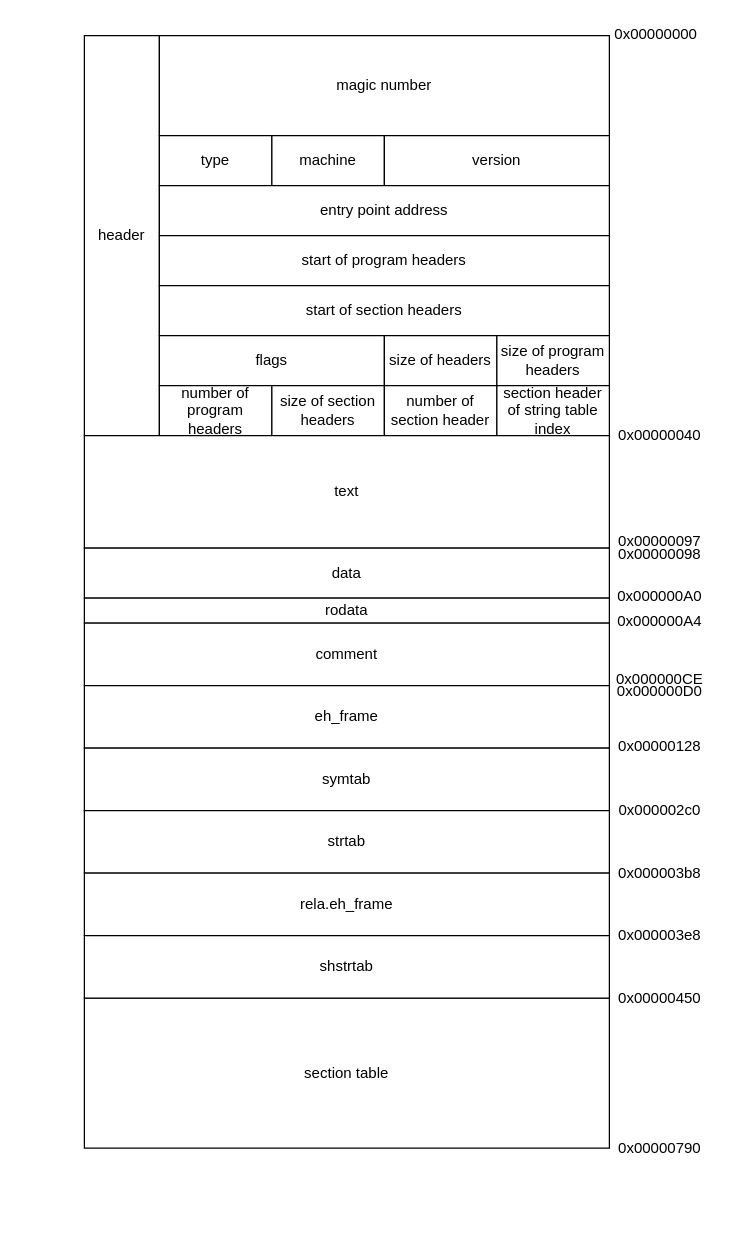
The draw.io diagram 程序员的自我修养/elf.drawio in SWJTUjch/obsidian, before the edit. Source tidied: cells renumbered, new cells numbered last; positions are measured from the earlier drawing's top-left corner, leaving out a move shared by most shapes. Both pictures are drawn from the tidied source at 125%, with x=0, y=0 at pixel (84, 21).
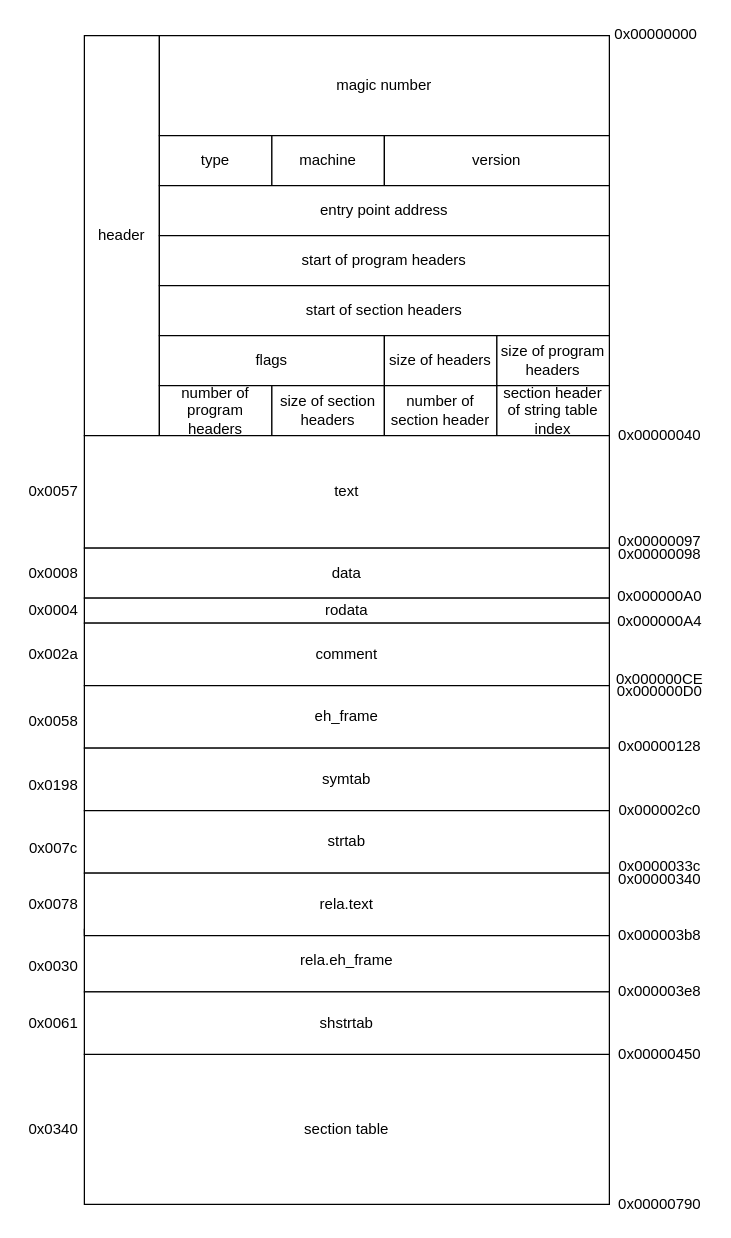
The same page after the edit.

Commit message:
vault backup: 2023-10-01 17:14:01

The edit, as a diff of the source:
```diff
@@
     <mxCell id="34" value="0x000003b8" style="text;html=1;align=center;verticalAlign=middle;" parent="1" vertex="1">
-      <mxGeometry x="420" y="671" width="80" height="20" as="geometry" />
+      <mxGeometry x="420" y="721" width="80" height="20" as="geometry" />
     </mxCell>
     <mxCell id="35" value="rela.eh_frame" style="rounded=0;whiteSpace=wrap;html=1;" parent="1" vertex="1">
-      <mxGeometry y="681" width="420" height="50" as="geometry" />
+      <mxGeometry y="726" width="420" height="50" as="geometry" />
     </mxCell>
     <mxCell id="36" value="0x000003e8" style="text;html=1;align=center;verticalAlign=middle;" parent="1" vertex="1">
-      <mxGeometry x="420" y="721" width="80" height="20" as="geometry" />
+      <mxGeometry x="420" y="766" width="80" height="20" as="geometry" />
     </mxCell>
     <mxCell id="37" value="section table" style="rounded=0;whiteSpace=wrap;html=1;" parent="1" vertex="1">
-      <mxGeometry y="781" width="420" height="120" as="geometry" />
+      <mxGeometry y="826" width="420" height="120" as="geometry" />
     </mxCell>
     <mxCell id="38" value="0x00000450" style="text;html=1;align=center;verticalAlign=middle;" parent="1" vertex="1">
-      <mxGeometry x="420" y="771" width="80" height="20" as="geometry" />
+      <mxGeometry x="420" y="816" width="80" height="20" as="geometry" />
     </mxCell>
     <mxCell id="39" value="shstrtab" style="rounded=0;whiteSpace=wrap;html=1;" parent="1" vertex="1">
-      <mxGeometry y="731" width="420" height="50" as="geometry" />
+      <mxGeometry y="776" width="420" height="50" as="geometry" />
     </mxCell>
     <mxCell id="40" value="0x00000790" style="text;html=1;align=center;verticalAlign=middle;" parent="1" vertex="1">
-      <mxGeometry x="420" y="891" width="80" height="20" as="geometry" />
+      <mxGeometry x="420" y="936" width="80" height="20" as="geometry" />
     </mxCell>
+    <mxCell id="41" value="0x0057" style="text;html=1;align=center;verticalAlign=middle;" parent="1" vertex="1">
+      <mxGeometry x="-50" y="366" width="50" height="20" as="geometry" />
+    </mxCell>
+    <mxCell id="42" value="0x0008" style="text;html=1;align=center;verticalAlign=middle;" parent="1" vertex="1">
+      <mxGeometry x="-50" y="431" width="50" height="20" as="geometry" />
+    </mxCell>
+    <mxCell id="43" value="0x0004" style="text;html=1;align=center;verticalAlign=middle;" parent="1" vertex="1">
+      <mxGeometry x="-50" y="461" width="50" height="20" as="geometry" />
+    </mxCell>
+    <mxCell id="44" value="0x002a" style="text;html=1;align=center;verticalAlign=middle;" parent="1" vertex="1">
+      <mxGeometry x="-50" y="496" width="50" height="20" as="geometry" />
+    </mxCell>
+    <mxCell id="45" value="0x0058" style="text;html=1;align=center;verticalAlign=middle;" parent="1" vertex="1">
+      <mxGeometry x="-50" y="550" width="50" height="20" as="geometry" />
+    </mxCell>
+    <mxCell id="46" value="0x0198" style="text;html=1;align=center;verticalAlign=middle;" parent="1" vertex="1">
+      <mxGeometry x="-50" y="601" width="50" height="20" as="geometry" />
+    </mxCell>
+    <mxCell id="47" value="0x007c" style="text;html=1;align=center;verticalAlign=middle;" parent="1" vertex="1">
+      <mxGeometry x="-50" y="651" width="50" height="20" as="geometry" />
+    </mxCell>
+    <mxCell id="48" value="0x0030" style="text;html=1;align=center;verticalAlign=middle;" parent="1" vertex="1">
+      <mxGeometry x="-50" y="746" width="50" height="20" as="geometry" />
+    </mxCell>
+    <mxCell id="49" value="0x0061" style="text;html=1;align=center;verticalAlign=middle;" parent="1" vertex="1">
+      <mxGeometry x="-50" y="791" width="50" height="20" as="geometry" />
+    </mxCell>
+    <mxCell id="50" value="0x0340" style="text;html=1;align=center;verticalAlign=middle;" parent="1" vertex="1">
+      <mxGeometry x="-50" y="876" width="50" height="20" as="geometry" />
+    </mxCell>
+    <mxCell id="51" value="rela.text" style="rounded=0;whiteSpace=wrap;html=1;" parent="1" vertex="1">
+      <mxGeometry y="681" width="420" height="50" as="geometry" />
+    </mxCell>
+    <mxCell id="52" value="0x00000340" style="text;html=1;align=center;verticalAlign=middle;" parent="1" vertex="1">
+      <mxGeometry x="420" y="676" width="80" height="20" as="geometry" />
+    </mxCell>
+    <mxCell id="53" value="0x0078" style="text;html=1;align=center;verticalAlign=middle;" parent="1" vertex="1">
+      <mxGeometry x="-50" y="696" width="50" height="20" as="geometry" />
+    </mxCell>
+    <mxCell id="54" value="0x0000033c" style="text;html=1;align=center;verticalAlign=middle;" parent="1" vertex="1">
+      <mxGeometry x="420" y="666" width="80" height="20" as="geometry" />
+    </mxCell>
```
